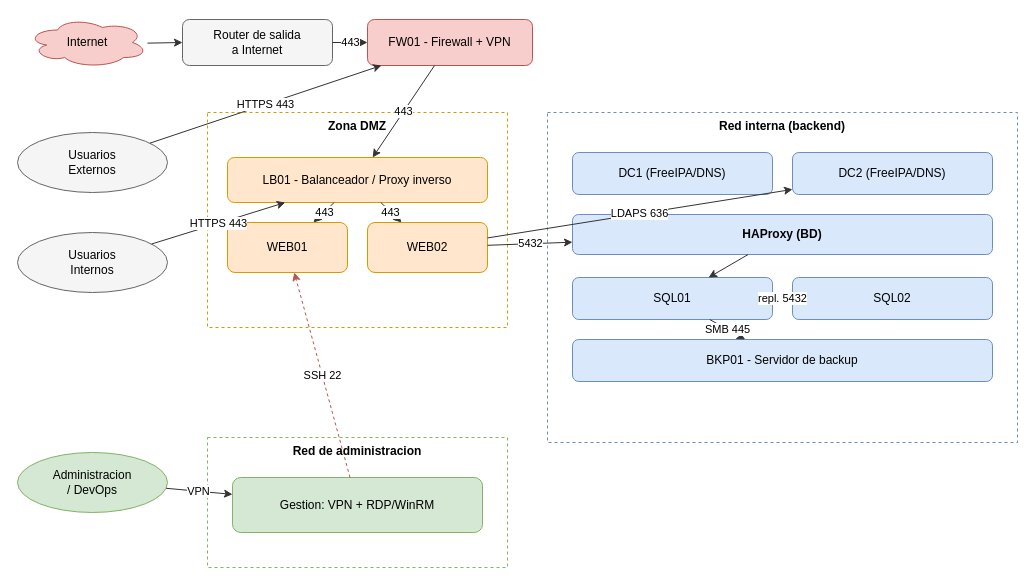
Above: desarrollo/red/diagramas/10-arquitectura.drawio in arnaumartinezmorant-lang/PROYECTO (draw.io), before the change. Source tidied: cells renumbered, new cells numbered last; positions are measured from the earlier drawing's top-left corner, leaving out a move shared by most shapes. Both pictures are drawn from the tidied source at 100%, with x=0, y=0 at pixel (17, 17).
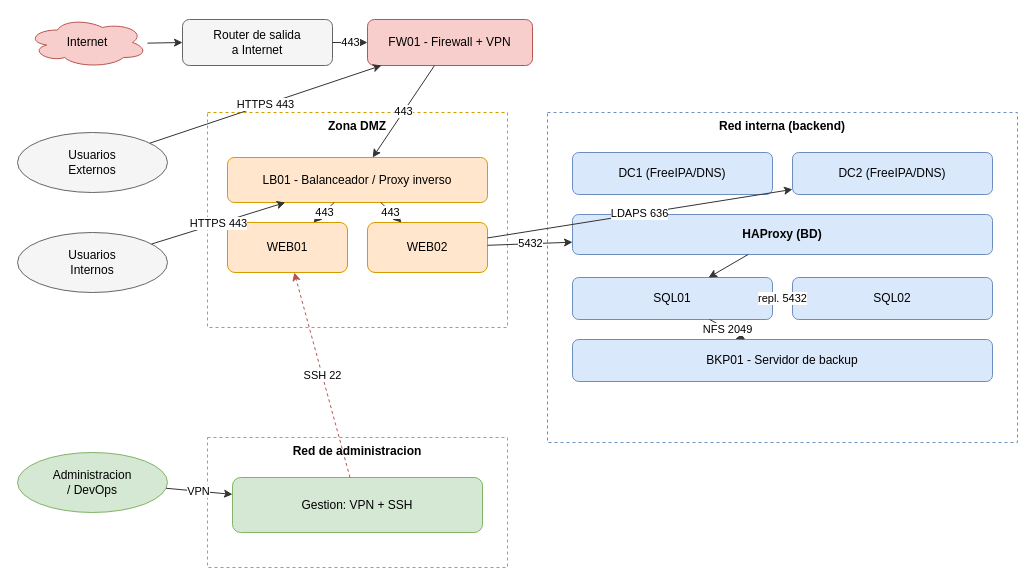
The same page after the edit.

Unchanged cells that the change refers to:
```xml
<mxCell id="17" value="SQL01" style="rounded=1;whiteSpace=wrap;html=1;fillColor=#dae8fc;strokeColor=#6c8ebf;fontSize=12;" parent="1" vertex="1">
  <mxGeometry x="555" y="260" width="200" height="42" as="geometry" />
</mxCell>
<mxCell id="19" value="BKP01 - Servidor de backup" style="rounded=1;whiteSpace=wrap;html=1;fillColor=#dae8fc;strokeColor=#6c8ebf;fontSize=12;" parent="1" vertex="1">
  <mxGeometry x="555" y="322" width="420" height="42" as="geometry" />
</mxCell>
```

Change to the diagram source:
```diff
@@
-    <mxCell id="20" value="Gestion: VPN + RDP/WinRM" style="rounded=1;whiteSpace=wrap;html=1;fillColor=#d5e8d4;strokeColor=#82b366;fontSize=12;" parent="1" vertex="1">
+    <mxCell id="20" value="Gestion: VPN + SSH" style="rounded=1;whiteSpace=wrap;html=1;fillColor=#d5e8d4;strokeColor=#82b366;fontSize=12;" parent="1" vertex="1">
       <mxGeometry x="215" y="460" width="250" height="55" as="geometry" />
     </mxCell>
@@
-    <mxCell id="32" value="SMB 445" style="endArrow=classic;html=1;rounded=0;strokeColor=#333333;fontSize=11;" parent="1" edge="1" source="17" target="19">
+    <mxCell id="32" value="NFS 2049" style="endArrow=classic;html=1;rounded=0;strokeColor=#333333;fontSize=11;" parent="1" edge="1" source="17" target="19">
       <mxGeometry relative="1" as="geometry" />
     </mxCell>
```
